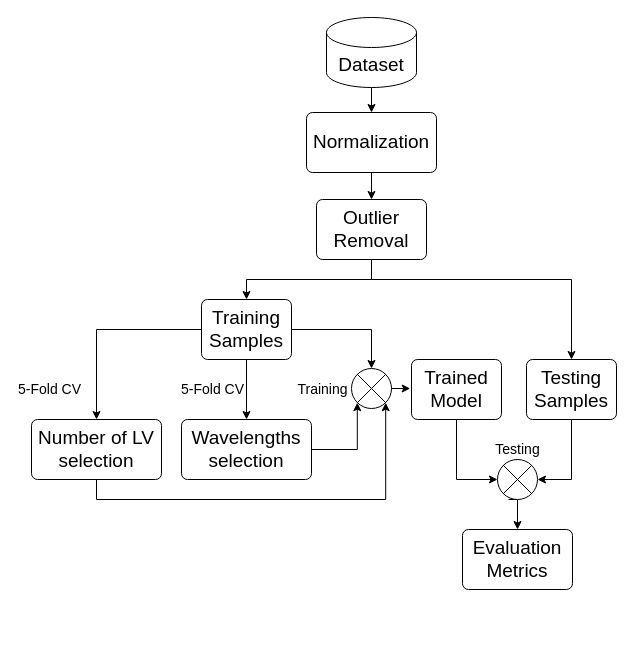
Earlier version of the draw.io diagram plots/workflow_lettuce.drawio (nicoladilillo/advancing_spectral_based_lettuce_classification). Source tidied: cells renumbered, new cells numbered last; positions are measured from the earlier drawing's top-left corner, leaving out a move shared by most shapes. Both pictures are drawn from the tidied source at 100%, with x=0, y=0 at pixel (31, 17).
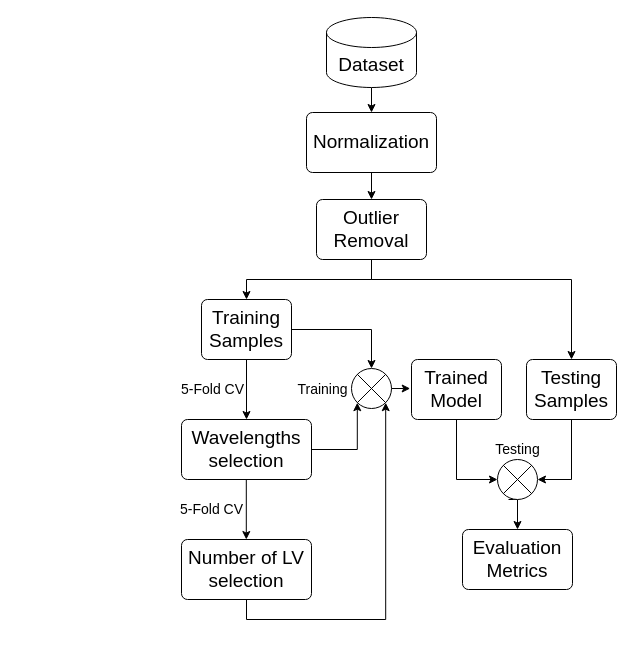
The same page after the edit.

Unchanged cells that the change refers to:
```xml
<mxCell id="9" value="Training Samples" style="rounded=1;whiteSpace=wrap;html=1;absoluteArcSize=1;arcSize=12;strokeWidth=1;fontSize=19;" parent="1" vertex="1">
  <mxGeometry x="170" y="282" width="90" height="60" as="geometry" />
</mxCell>
```

The edit, as a diff of the source:
```diff
@@
-    <mxCell id="26" style="edgeStyle=orthogonalEdgeStyle;rounded=0;jettySize=auto;html=1;exitX=0;exitY=0.5;exitDx=0;exitDy=0;entryX=0.5;entryY=0;entryDx=0;entryDy=0;" parent="1" edge="1" source="9" target="28">
-      <mxGeometry relative="1" as="geometry" />
-    </mxCell>
-    <mxCell id="27" value="&lt;font style=&quot;font-size: 14px;&quot;&gt;5-Fold CV&lt;/font&gt;" style="edgeLabel;html=1;align=center;verticalAlign=middle;" parent="26" vertex="1">
-      <mxGeometry x="-0.29" y="1" relative="1" as="geometry">
-        <mxPoint x="-84" y="58" as="offset" />
-      </mxGeometry>
-    </mxCell>
     <mxCell id="28" value="&lt;div&gt;Number of LV selection&lt;/div&gt;" style="rounded=1;whiteSpace=wrap;html=1;absoluteArcSize=1;arcSize=12;strokeWidth=1;fontSize=19;" parent="1" vertex="1">
-      <mxGeometry y="402" width="130" height="60" as="geometry" />
+      <mxGeometry x="150" y="522" width="130" height="60" as="geometry" />
     </mxCell>
@@
+    <mxCell id="30" style="edgeStyle=orthogonalEdgeStyle;rounded=0;orthogonalLoop=1;jettySize=auto;html=1;exitX=0.5;exitY=1;exitDx=0;exitDy=0;entryX=0.5;entryY=0;entryDx=0;entryDy=0;" parent="1" edge="1">
+      <mxGeometry relative="1" as="geometry">
+        <mxPoint x="214.8" y="462" as="sourcePoint" />
+        <mxPoint x="214.8" y="522" as="targetPoint" />
+      </mxGeometry>
+    </mxCell>
+    <mxCell id="27" value="&lt;font style=&quot;font-size: 14px;&quot;&gt;5-Fold CV&lt;/font&gt;" style="edgeLabel;html=1;align=center;verticalAlign=middle;" parent="30" vertex="1">
+      <mxGeometry x="-0.29" y="1" relative="1" as="geometry">
+        <mxPoint x="-36" y="8" as="offset" />
+      </mxGeometry>
+    </mxCell>
```
